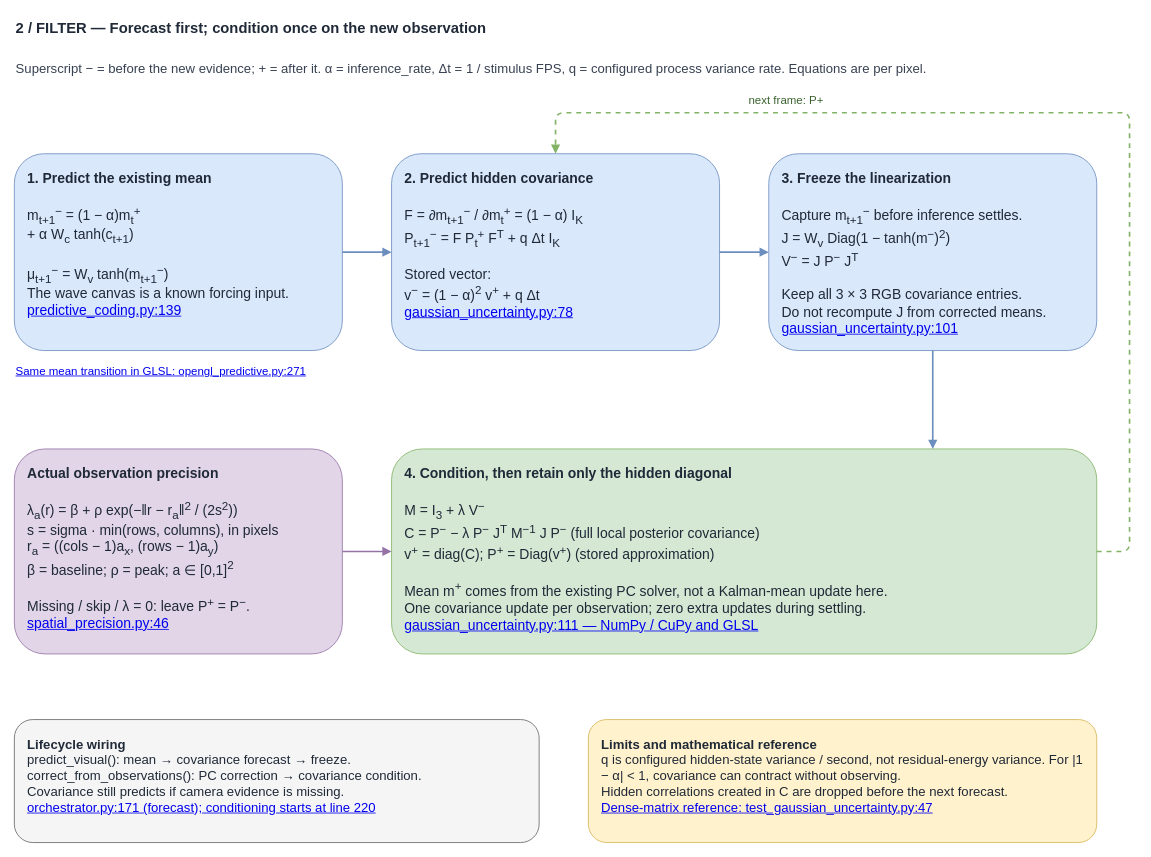
Earlier version of the draw.io diagram page "2 - Forecast and conditioning" (2 of 3) of docs/predictive-uncertainty-math.drawio (EternalGoldenBraid/AudioViz). Source tidied: cells renumbered, new cells numbered last; positions are measured from the earlier drawing's top-left corner, leaving out a move shared by most shapes. Both pictures are drawn from the tidied source at 82%, with x=0, y=0 at pixel (14, 14).
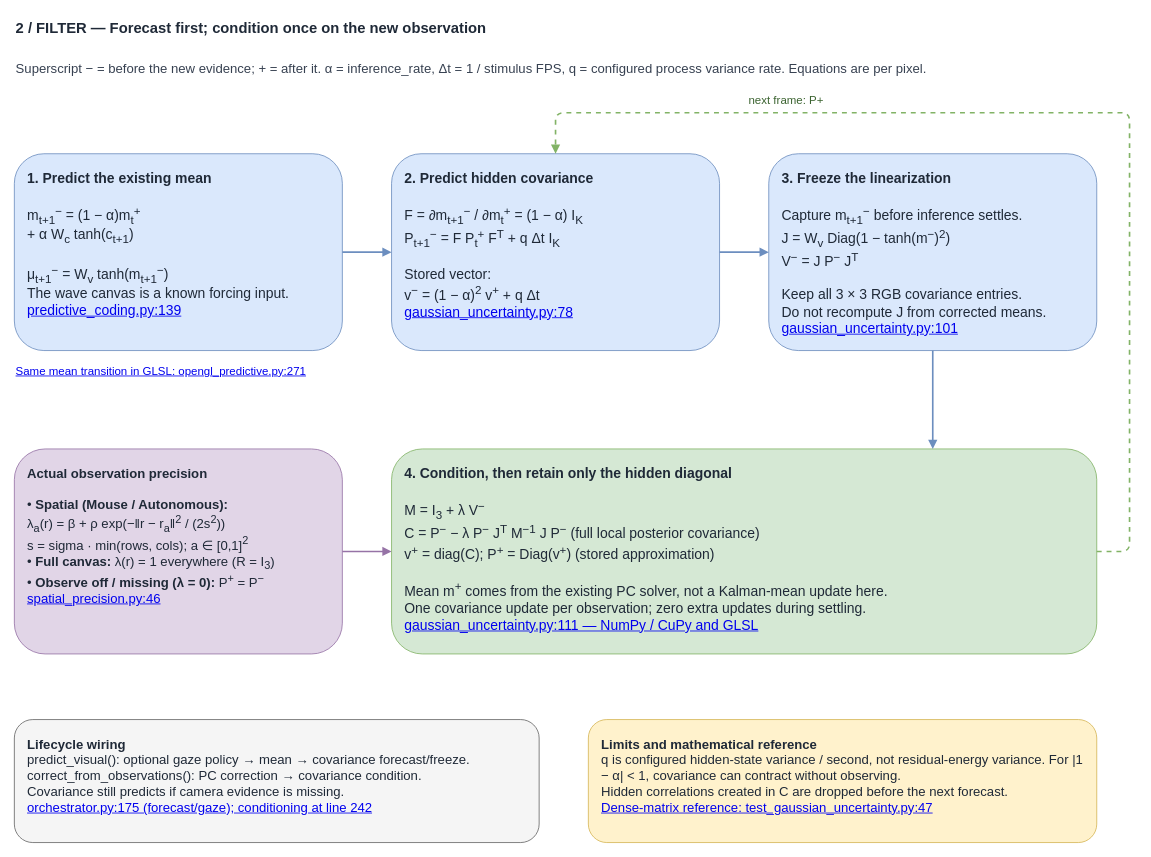
After the change.

Commit message (it also covers changes not shown here):
Document active vision gaze modes, bench visuals, and headless evaluation

What changed in the source:
```diff
@@
 <mxGraphModel background="#ffffff">
   <root>
     <mxCell id="0" />
     <mxCell id="1" parent="0" />
     <mxCell id="2" value="2 / FILTER — Forecast first; condition once on the new observation" style="text;whiteSpace=wrap;html=1;fontSize=18;fontStyle=1;align=left;fontColor=#1f2937;" parent="1" vertex="1">
       <mxGeometry width="1320" height="40" as="geometry" />
     </mxCell>
     <mxCell id="3" value="Superscript − = before the new evidence; + = after it. α = inference_rate, Δt = 1 / stimulus FPS, q = configured process variance rate. Equations are per pixel." style="text;whiteSpace=wrap;html=1;fontSize=16;align=left;fontColor=#374151;" parent="1" vertex="1">
       <mxGeometry y="50" width="1320" height="40" as="geometry" />
     </mxCell>
     <mxCell id="4" value="&lt;b&gt;1. Predict the existing mean&lt;/b&gt;&lt;br&gt;&lt;br&gt;m&lt;sub&gt;t+1&lt;/sub&gt;&lt;sup&gt;−&lt;/sup&gt; = (1 − α)m&lt;sub&gt;t&lt;/sub&gt;&lt;sup&gt;+&lt;/sup&gt;&lt;br&gt;                 + α W&lt;sub&gt;c&lt;/sub&gt; tanh(c&lt;sub&gt;t+1&lt;/sub&gt;)&lt;br&gt;&lt;br&gt;μ&lt;sub&gt;t+1&lt;/sub&gt;&lt;sup&gt;−&lt;/sup&gt; = W&lt;sub&gt;v&lt;/sub&gt; tanh(m&lt;sub&gt;t+1&lt;/sub&gt;&lt;sup&gt;−&lt;/sup&gt;)&lt;br&gt;The wave canvas is a known forcing input.&lt;br&gt;&lt;a href=&quot;vscode://file/home/nicklas/Projects/AudioViz/src/audioviz/readouts/predictive_coding.py:139:1&quot;&gt;predictive_coding.py:139&lt;/a&gt;" style="rounded=1;whiteSpace=wrap;html=1;fillColor=#dae8fc;strokeColor=#6c8ebf;fontColor=#1f2937;fontSize=17;align=left;verticalAlign=top;spacing=16;" parent="1" vertex="1">
       <mxGeometry y="170" width="400" height="240" as="geometry" />
     </mxCell>
     <mxCell id="5" value="&lt;b&gt;2. Predict hidden covariance&lt;/b&gt;&lt;br&gt;&lt;br&gt;F = ∂m&lt;sub&gt;t+1&lt;/sub&gt;&lt;sup&gt;−&lt;/sup&gt; / ∂m&lt;sub&gt;t&lt;/sub&gt;&lt;sup&gt;+&lt;/sup&gt; = (1 − α) I&lt;sub&gt;K&lt;/sub&gt;&lt;br&gt;P&lt;sub&gt;t+1&lt;/sub&gt;&lt;sup&gt;−&lt;/sup&gt; = F P&lt;sub&gt;t&lt;/sub&gt;&lt;sup&gt;+&lt;/sup&gt; F&lt;sup&gt;T&lt;/sup&gt; + q Δt I&lt;sub&gt;K&lt;/sub&gt;&lt;br&gt;&lt;br&gt;Stored vector:&lt;br&gt;v&lt;sup&gt;−&lt;/sup&gt; = (1 − α)&lt;sup&gt;2&lt;/sup&gt; v&lt;sup&gt;+&lt;/sup&gt; + q Δt&lt;br&gt;&lt;a href=&quot;vscode://file/home/nicklas/Projects/AudioViz/src/audioviz/readouts/gaussian_uncertainty.py:78:1&quot;&gt;gaussian_uncertainty.py:78&lt;/a&gt;" style="rounded=1;whiteSpace=wrap;html=1;fillColor=#dae8fc;strokeColor=#6c8ebf;fontColor=#1f2937;fontSize=17;align=left;verticalAlign=top;spacing=16;" parent="1" vertex="1">
       <mxGeometry x="460" y="170" width="400" height="240" as="geometry" />
     </mxCell>
     <mxCell id="6" value="&lt;b&gt;3. Freeze the linearization&lt;/b&gt;&lt;br&gt;&lt;br&gt;Capture m&lt;sub&gt;t+1&lt;/sub&gt;&lt;sup&gt;−&lt;/sup&gt; before inference settles.&lt;br&gt;J = W&lt;sub&gt;v&lt;/sub&gt; Diag(1 − tanh(m&lt;sup&gt;−&lt;/sup&gt;)&lt;sup&gt;2&lt;/sup&gt;)&lt;br&gt;V&lt;sup&gt;−&lt;/sup&gt; = J P&lt;sup&gt;−&lt;/sup&gt; J&lt;sup&gt;T&lt;/sup&gt;&lt;br&gt;&lt;br&gt;Keep all 3 × 3 RGB covariance entries.&lt;br&gt;Do not recompute J from corrected means.&lt;br&gt;&lt;a href=&quot;vscode://file/home/nicklas/Projects/AudioViz/src/audioviz/readouts/gaussian_uncertainty.py:101:1&quot;&gt;gaussian_uncertainty.py:101&lt;/a&gt;" style="rounded=1;whiteSpace=wrap;html=1;fillColor=#dae8fc;strokeColor=#6c8ebf;fontColor=#1f2937;fontSize=17;align=left;verticalAlign=top;spacing=16;" parent="1" vertex="1">
       <mxGeometry x="920" y="170" width="400" height="240" as="geometry" />
     </mxCell>
     <mxCell id="7" value="&lt;a href=&quot;vscode://file/home/nicklas/Projects/AudioViz/src/audioviz/readouts/opengl_predictive.py:271:1&quot;&gt;Same mean transition in GLSL: opengl_predictive.py:271&lt;/a&gt;" style="text;whiteSpace=wrap;html=1;fontSize=14;align=left;fontColor=#1e5a90;" parent="1" vertex="1">
       <mxGeometry y="420" width="400" height="50" as="geometry" />
     </mxCell>
-    <mxCell id="8" value="&lt;b&gt;Actual observation precision&lt;/b&gt;&lt;br&gt;&lt;br&gt;λ&lt;sub&gt;a&lt;/sub&gt;(r) = β + ρ exp(−‖r − r&lt;sub&gt;a&lt;/sub&gt;‖&lt;sup&gt;2&lt;/sup&gt; / (2s&lt;sup&gt;2&lt;/sup&gt;))&lt;br&gt;s = sigma · min(rows, columns), in pixels&lt;br&gt;r&lt;sub&gt;a&lt;/sub&gt; = ((cols − 1)a&lt;sub&gt;x&lt;/sub&gt;, (rows − 1)a&lt;sub&gt;y&lt;/sub&gt;)&lt;br&gt;β = baseline; ρ = peak; a ∈ [0,1]&lt;sup&gt;2&lt;/sup&gt;&lt;br&gt;&lt;br&gt;Missing / skip / λ = 0: leave P&lt;sup&gt;+&lt;/sup&gt; = P&lt;sup&gt;−&lt;/sup&gt;.&lt;br&gt;&lt;a href=&quot;vscode://file/home/nicklas/Projects/AudioViz/src/audioviz/readouts/spatial_precision.py:46:1&quot;&gt;spatial_precision.py:46&lt;/a&gt;" style="rounded=1;whiteSpace=wrap;html=1;fillColor=#e1d5e7;strokeColor=#9673a6;fontColor=#1f2937;fontSize=17;align=left;verticalAlign=top;spacing=16;" parent="1" vertex="1">
+    <mxCell id="8" value="&lt;b&gt;Actual observation precision&lt;/b&gt;&lt;br&gt;&lt;br&gt;• &lt;b&gt;Spatial (Mouse / Autonomous):&lt;/b&gt;&lt;br&gt;  λ&lt;sub&gt;a&lt;/sub&gt;(r) = β + ρ exp(−‖r − r&lt;sub&gt;a&lt;/sub&gt;‖&lt;sup&gt;2&lt;/sup&gt; / (2s&lt;sup&gt;2&lt;/sup&gt;))&lt;br&gt;  s = sigma · min(rows, cols); a ∈ [0,1]&lt;sup&gt;2&lt;/sup&gt;&lt;br&gt;• &lt;b&gt;Full canvas:&lt;/b&gt; λ(r) = 1 everywhere (R = I&lt;sub&gt;3&lt;/sub&gt;)&lt;br&gt;• &lt;b&gt;Observe off / missing (λ = 0):&lt;/b&gt; P&lt;sup&gt;+&lt;/sup&gt; = P&lt;sup&gt;−&lt;/sup&gt;&lt;br&gt;&lt;a href=&quot;vscode://file/home/nicklas/Projects/AudioViz/src/audioviz/readouts/spatial_precision.py:46:1&quot;&gt;spatial_precision.py:46&lt;/a&gt;" style="rounded=1;whiteSpace=wrap;html=1;fillColor=#e1d5e7;strokeColor=#9673a6;fontColor=#1f2937;fontSize=16;align=left;verticalAlign=top;spacing=16;" parent="1" vertex="1">
       <mxGeometry y="530" width="400" height="250" as="geometry" />
     </mxCell>
     <mxCell id="9" value="&lt;b&gt;4. Condition, then retain only the hidden diagonal&lt;/b&gt;&lt;br&gt;&lt;br&gt;M = I&lt;sub&gt;3&lt;/sub&gt; + λ V&lt;sup&gt;−&lt;/sup&gt;&lt;br&gt;C = P&lt;sup&gt;−&lt;/sup&gt; − λ P&lt;sup&gt;−&lt;/sup&gt; J&lt;sup&gt;T&lt;/sup&gt; M&lt;sup&gt;−1&lt;/sup&gt; J P&lt;sup&gt;−&lt;/sup&gt;  (full local posterior covariance)&lt;br&gt;v&lt;sup&gt;+&lt;/sup&gt; = diag(C); P&lt;sup&gt;+&lt;/sup&gt; = Diag(v&lt;sup&gt;+&lt;/sup&gt;)  (stored approximation)&lt;br&gt;&lt;br&gt;Mean m&lt;sup&gt;+&lt;/sup&gt; comes from the existing PC solver, not a Kalman-mean update here.&lt;br&gt;One covariance update per observation; zero extra updates during settling.&lt;br&gt;&lt;a href=&quot;vscode://file/home/nicklas/Projects/AudioViz/src/audioviz/readouts/gaussian_uncertainty.py:111:1&quot;&gt;gaussian_uncertainty.py:111 — NumPy / CuPy and GLSL&lt;/a&gt;" style="rounded=1;whiteSpace=wrap;html=1;fillColor=#d5e8d4;strokeColor=#82b366;fontColor=#1f2937;fontSize=17;align=left;verticalAlign=top;spacing=16;" parent="1" vertex="1">
       <mxGeometry x="460" y="530" width="860" height="250" as="geometry" />
     </mxCell>
-    <mxCell id="10" value="&lt;b&gt;Lifecycle wiring&lt;/b&gt;&lt;br&gt;predict_visual(): mean → covariance forecast → freeze.&lt;br&gt;correct_from_observations(): PC correction → covariance condition.&lt;br&gt;Covariance still predicts if camera evidence is missing.&lt;br&gt;&lt;a href=&quot;vscode://file/home/nicklas/Projects/AudioViz/src/audioviz/sources/orchestrator.py:171:1&quot;&gt;orchestrator.py:171 (forecast); conditioning starts at line 220&lt;/a&gt;" style="rounded=1;whiteSpace=wrap;html=1;fillColor=#f5f5f5;strokeColor=#666666;fontColor=#1f2937;fontSize=16;align=left;verticalAlign=top;spacing=16;" parent="1" vertex="1">
+    <mxCell id="10" value="&lt;b&gt;Lifecycle wiring&lt;/b&gt;&lt;br&gt;predict_visual(): optional gaze policy → mean → covariance forecast/freeze.&lt;br&gt;correct_from_observations(): PC correction → covariance condition.&lt;br&gt;Covariance still predicts if camera evidence is missing.&lt;br&gt;&lt;a href=&quot;vscode://file/home/nicklas/Projects/AudioViz/src/audioviz/sources/orchestrator.py:175:1&quot;&gt;orchestrator.py:175 (forecast/gaze); conditioning at line 242&lt;/a&gt;" style="rounded=1;whiteSpace=wrap;html=1;fillColor=#f5f5f5;strokeColor=#666666;fontColor=#1f2937;fontSize=16;align=left;verticalAlign=top;spacing=16;" parent="1" vertex="1">
       <mxGeometry y="860" width="640" height="150" as="geometry" />
     </mxCell>
     <mxCell id="11" value="&lt;b&gt;Limits and mathematical reference&lt;/b&gt;&lt;br&gt;q is configured hidden-state variance / second, not residual-energy variance. For |1 − α| &amp;lt; 1, covariance can contract without observing.&lt;br&gt;Hidden correlations created in C are dropped before the next forecast.&lt;br&gt;&lt;a href=&quot;vscode://file/home/nicklas/Projects/AudioViz/tests/readouts/test_gaussian_uncertainty.py:47:1&quot;&gt;Dense-matrix reference: test_gaussian_uncertainty.py:47&lt;/a&gt;" style="rounded=1;whiteSpace=wrap;html=1;fillColor=#fff2cc;strokeColor=#d6b656;fontColor=#1f2937;fontSize=16;align=left;verticalAlign=top;spacing=16;" parent="1" vertex="1">
       <mxGeometry x="700" y="860" width="620" height="150" as="geometry" />
     </mxCell>
     <mxCell id="12" style="edgeStyle=orthogonalEdgeStyle;html=1;strokeColor=#6c8ebf;strokeWidth=2;endArrow=block;exitX=1;exitY=0.5;entryX=0;entryY=0.5;" parent="1" edge="1" source="4" target="5">
       <mxGeometry relative="1" as="geometry" />
     </mxCell>
     <mxCell id="13" style="edgeStyle=orthogonalEdgeStyle;html=1;strokeColor=#6c8ebf;strokeWidth=2;endArrow=block;exitX=1;exitY=0.5;entryX=0;entryY=0.5;" parent="1" edge="1" source="5" target="6">
       <mxGeometry relative="1" as="geometry" />
     </mxCell>
     <mxCell id="14" style="edgeStyle=orthogonalEdgeStyle;html=1;strokeColor=#6c8ebf;strokeWidth=2;endArrow=block;exitX=0.5;exitY=1;entryX=0.76744;entryY=0;" parent="1" edge="1" source="6" target="9">
       <mxGeometry relative="1" as="geometry" />
     </mxCell>
     <mxCell id="15" style="edgeStyle=orthogonalEdgeStyle;html=1;strokeColor=#9673a6;strokeWidth=2;endArrow=block;exitX=1;exitY=0.5;entryX=0;entryY=0.5;" parent="1" edge="1" source="8" target="9">
       <mxGeometry relative="1" as="geometry" />
     </mxCell>
     <mxCell id="16" value="next frame: P+" style="edgeStyle=orthogonalEdgeStyle;html=1;strokeColor=#82b366;strokeWidth=2;endArrow=block;dashed=1;fontSize=14;fontColor=#3b6330;labelBackgroundColor=#ffffff;exitX=1;exitY=0.5;entryX=0.5;entryY=0;" parent="1" edge="1" source="9" target="5">
       <mxGeometry x="0.5" y="-15" relative="1" as="geometry">
         <Array as="points">
           <mxPoint x="1360" y="655" />
           <mxPoint x="1360" y="120" />
           <mxPoint x="660" y="120" />
         </Array>
       </mxGeometry>
     </mxCell>
   </root>
 </mxGraphModel>
```
